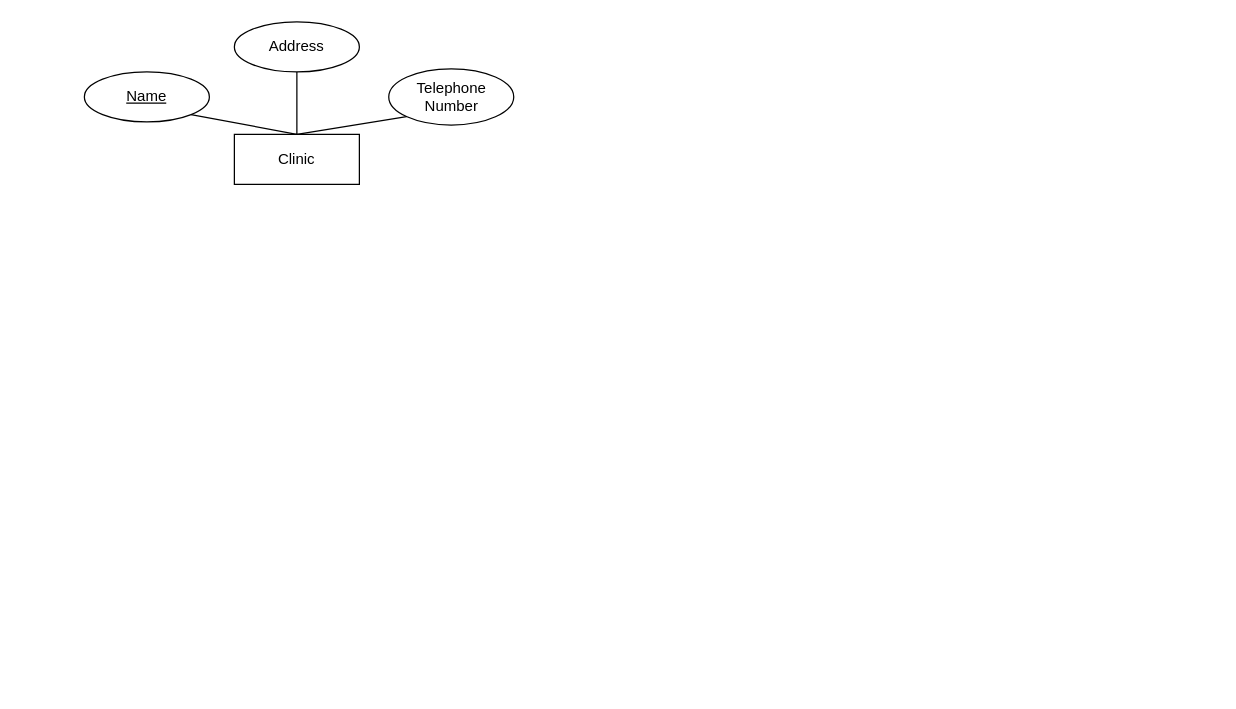
Before: Proj.drawio in mariana-marcal-santana/BD.Health-DB-Manager, a draw.io diagram. Source tidied: cells renumbered, new cells numbered last; positions are measured from the earlier drawing's top-left corner, leaving out a move shared by most shapes. Both pictures are drawn from the tidied source at 125%, with x=0, y=0 at pixel (84, 21).
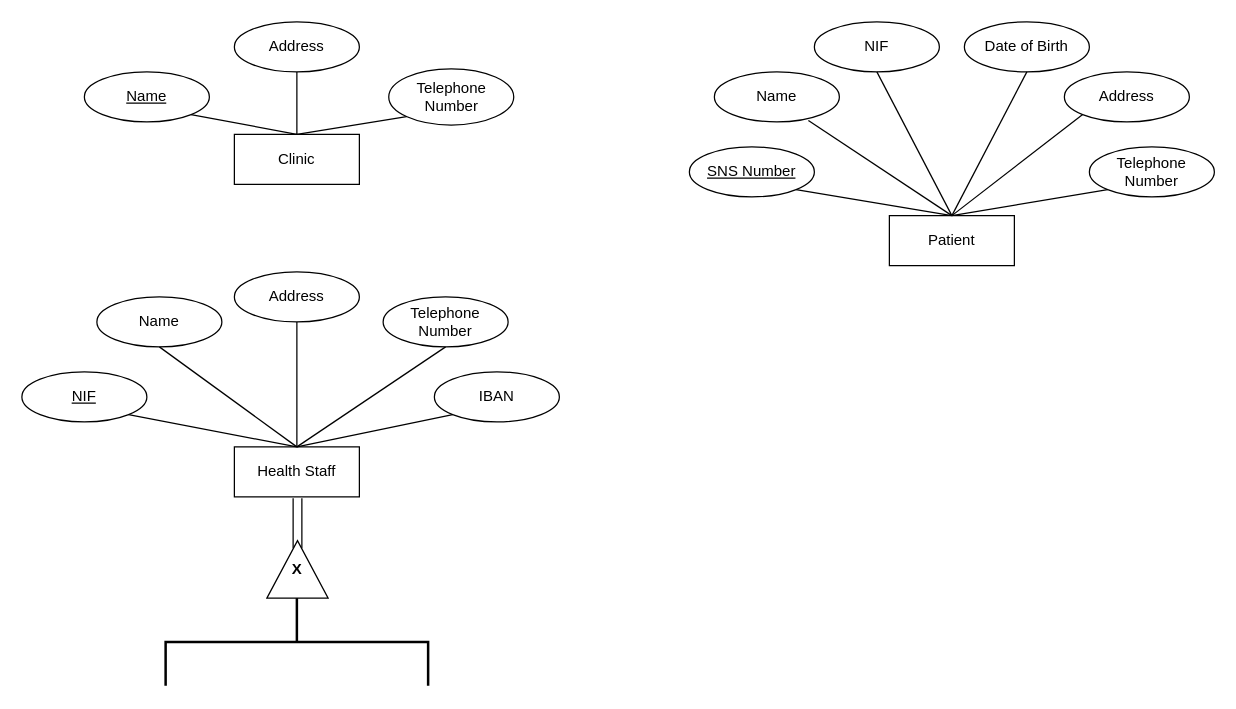
The same page after the edit.

The edit, as a diff of the source:
```diff
@@
+    <mxCell id="9" value="Health Staff" style="whiteSpace=wrap;html=1;align=center;" parent="1" vertex="1">
+      <mxGeometry x="120" y="340" width="100" height="40" as="geometry" />
+    </mxCell>
+    <mxCell id="10" style="endArrow=none;html=1;rounded=0;exitX=1;exitY=1;exitDx=0;exitDy=0;entryX=0.5;entryY=0;entryDx=0;entryDy=0;" parent="1" edge="1" source="15" target="9">
+      <mxGeometry relative="1" as="geometry" />
+    </mxCell>
+    <mxCell id="11" value="Name" style="ellipse;whiteSpace=wrap;html=1;align=center;" parent="1" vertex="1">
+      <mxGeometry x="10" y="220" width="100" height="40" as="geometry" />
+    </mxCell>
+    <mxCell id="12" value="Address" style="ellipse;whiteSpace=wrap;html=1;align=center;" parent="1" vertex="1">
+      <mxGeometry x="120" y="200" width="100" height="40" as="geometry" />
+    </mxCell>
+    <mxCell id="13" value="Telephone Number" style="ellipse;whiteSpace=wrap;html=1;align=center;" parent="1" vertex="1">
+      <mxGeometry x="239" y="220" width="100" height="40" as="geometry" />
+    </mxCell>
+    <mxCell id="14" value="IBAN" style="ellipse;whiteSpace=wrap;html=1;align=center;" parent="1" vertex="1">
+      <mxGeometry x="280" y="280" width="100" height="40" as="geometry" />
+    </mxCell>
+    <mxCell id="15" value="NIF" style="ellipse;whiteSpace=wrap;html=1;align=center;fontStyle=4;" parent="1" vertex="1">
+      <mxGeometry x="-50" y="280" width="100" height="40" as="geometry" />
+    </mxCell>
+    <mxCell id="16" style="endArrow=none;html=1;rounded=0;exitX=0.5;exitY=1;exitDx=0;exitDy=0;entryX=0.5;entryY=0;entryDx=0;entryDy=0;" parent="1" edge="1" source="11" target="9">
+      <mxGeometry relative="1" as="geometry" />
+    </mxCell>
+    <mxCell id="17" style="endArrow=none;html=1;rounded=0;exitX=0.5;exitY=1;exitDx=0;exitDy=0;entryX=0.5;entryY=0;entryDx=0;entryDy=0;" parent="1" edge="1" source="12" target="9">
+      <mxGeometry relative="1" as="geometry" />
+    </mxCell>
+    <mxCell id="18" style="endArrow=none;html=1;rounded=0;exitX=0;exitY=1;exitDx=0;exitDy=0;entryX=0.5;entryY=0;entryDx=0;entryDy=0;" parent="1" edge="1" source="14" target="9">
+      <mxGeometry relative="1" as="geometry" />
+    </mxCell>
+    <mxCell id="19" style="endArrow=none;html=1;rounded=0;exitX=0.5;exitY=1;exitDx=0;exitDy=0;entryX=0.5;entryY=0;entryDx=0;entryDy=0;" parent="1" edge="1" source="13" target="9">
+      <mxGeometry relative="1" as="geometry" />
+    </mxCell>
+    <mxCell id="20" style="edgeStyle=orthogonalEdgeStyle;rounded=0;orthogonalLoop=1;jettySize=auto;html=1;exitX=0.5;exitY=1;exitDx=0;exitDy=0;" parent="1" edge="1" source="14" target="14">
+      <mxGeometry relative="1" as="geometry" />
+    </mxCell>
+    <mxCell id="21" style="endArrow=none;html=1;rounded=0;" parent="1" edge="1">
+      <mxGeometry relative="1" as="geometry">
+        <mxPoint x="174" y="381" as="sourcePoint" />
+        <mxPoint x="174" y="421" as="targetPoint" />
+      </mxGeometry>
+    </mxCell>
+    <mxCell id="22" style="endArrow=none;html=1;rounded=0;" parent="1" edge="1">
+      <mxGeometry relative="1" as="geometry">
+        <mxPoint x="167" y="381" as="sourcePoint" />
+        <mxPoint x="167" y="421" as="targetPoint" />
+      </mxGeometry>
+    </mxCell>
+    <mxCell id="23" value="&lt;b&gt;X&lt;/b&gt;" style="triangle;whiteSpace=wrap;html=1;dashed=0;direction=north;labelPosition=center;verticalLabelPosition=middle;align=center;verticalAlign=middle;horizontal=1;" parent="1" vertex="1">
+      <mxGeometry x="146" y="415" width="49" height="46" as="geometry" />
+    </mxCell>
+    <mxCell id="24" style="strokeWidth=2;html=1;shape=mxgraph.flowchart.annotation_2;align=left;labelPosition=right;direction=south;" parent="1" vertex="1">
+      <mxGeometry x="65" y="461" width="210" height="70" as="geometry" />
+    </mxCell>
+    <mxCell id="25" value="Patient" style="whiteSpace=wrap;html=1;align=center;" parent="1" vertex="1">
+      <mxGeometry x="644" y="155" width="100" height="40" as="geometry" />
+    </mxCell>
+    <mxCell id="26" value="SNS Number" style="ellipse;whiteSpace=wrap;html=1;align=center;fontStyle=4;" parent="1" vertex="1">
+      <mxGeometry x="484" y="100" width="100" height="40" as="geometry" />
+    </mxCell>
+    <mxCell id="27" value="Name" style="ellipse;whiteSpace=wrap;html=1;align=center;" parent="1" vertex="1">
+      <mxGeometry x="504" y="40" width="100" height="40" as="geometry" />
+    </mxCell>
+    <mxCell id="28" value="NIF" style="ellipse;whiteSpace=wrap;html=1;align=center;" parent="1" vertex="1">
+      <mxGeometry x="584" width="100" height="40" as="geometry" />
+    </mxCell>
+    <mxCell id="29" value="Date of Birth" style="ellipse;whiteSpace=wrap;html=1;align=center;" parent="1" vertex="1">
+      <mxGeometry x="704" width="100" height="40" as="geometry" />
+    </mxCell>
+    <mxCell id="30" value="Address" style="ellipse;whiteSpace=wrap;html=1;align=center;" parent="1" vertex="1">
+      <mxGeometry x="784" y="40" width="100" height="40" as="geometry" />
+    </mxCell>
+    <mxCell id="31" value="Telephone Number" style="ellipse;whiteSpace=wrap;html=1;align=center;" parent="1" vertex="1">
+      <mxGeometry x="804" y="100" width="100" height="40" as="geometry" />
+    </mxCell>
+    <mxCell id="32" style="endArrow=none;html=1;rounded=0;exitX=1;exitY=1;exitDx=0;exitDy=0;entryX=0.5;entryY=0;entryDx=0;entryDy=0;" parent="1" edge="1" source="26" target="25">
+      <mxGeometry relative="1" as="geometry" />
+    </mxCell>
+    <mxCell id="33" style="endArrow=none;html=1;rounded=0;exitX=0.752;exitY=0.972;exitDx=0;exitDy=0;exitPerimeter=0;entryX=0.5;entryY=0;entryDx=0;entryDy=0;" parent="1" edge="1" source="27" target="25">
+      <mxGeometry relative="1" as="geometry" />
+    </mxCell>
+    <mxCell id="34" style="endArrow=none;html=1;rounded=0;exitX=0.5;exitY=1;exitDx=0;exitDy=0;entryX=0.5;entryY=0;entryDx=0;entryDy=0;" parent="1" edge="1" source="28" target="25">
+      <mxGeometry relative="1" as="geometry" />
+    </mxCell>
+    <mxCell id="35" style="endArrow=none;html=1;rounded=0;exitX=0.5;exitY=1;exitDx=0;exitDy=0;entryX=0.5;entryY=0;entryDx=0;entryDy=0;" parent="1" edge="1" source="29" target="25">
+      <mxGeometry relative="1" as="geometry" />
+    </mxCell>
+    <mxCell id="36" style="endArrow=none;html=1;rounded=0;entryX=0;entryY=1;entryDx=0;entryDy=0;exitX=0.5;exitY=0;exitDx=0;exitDy=0;" parent="1" edge="1" source="25" target="30">
+      <mxGeometry relative="1" as="geometry" />
+    </mxCell>
+    <mxCell id="37" style="endArrow=none;html=1;rounded=0;entryX=0;entryY=1;entryDx=0;entryDy=0;exitX=0.5;exitY=0;exitDx=0;exitDy=0;" parent="1" edge="1" source="25" target="31">
+      <mxGeometry relative="1" as="geometry" />
+    </mxCell>
```
